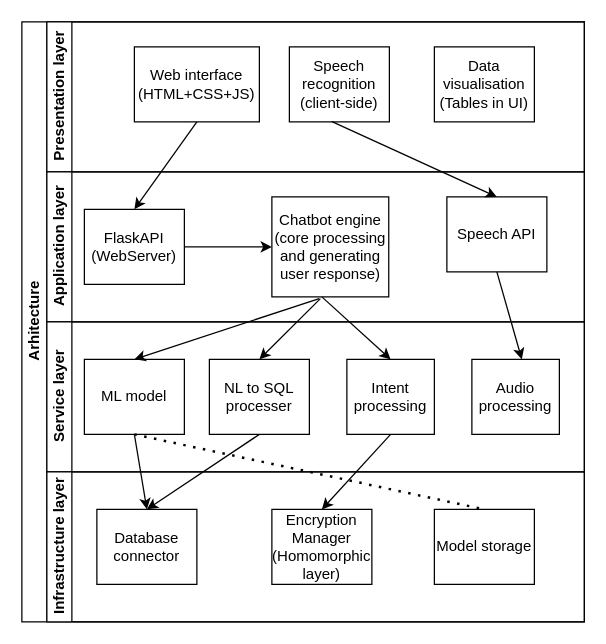
Earlier version of the draw.io diagram architecture.drawio (Ioan1234/SecureChatbot). Source tidied: cells renumbered, new cells numbered last; positions are measured from the earlier drawing's top-left corner, leaving out a move shared by most shapes. Both pictures are drawn from the tidied source at 125%, with x=0, y=0 at pixel (21, 21).
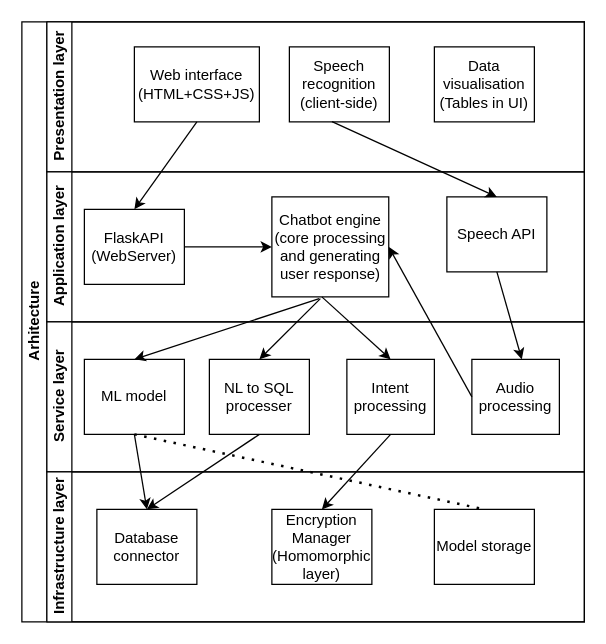
Above is the later version.

Unchanged cells that the change refers to:
```xml
<mxCell id="2" value="Arhitecture" style="swimlane;html=1;horizontal=0;startSize=20;" parent="1" vertex="1">
  <mxGeometry width="450" height="480" as="geometry" />
</mxCell>
<mxCell id="9" value="Chatbot engine (core processing and generating user response)" style="rounded=0;whiteSpace=wrap;html=1;fontFamily=Helvetica;fontSize=12;fontColor=#000000;align=center;" parent="7" vertex="1">
  <mxGeometry x="180" y="20" width="93.5" height="80" as="geometry" />
</mxCell>
<mxCell id="14" value="Audio processing" style="rounded=0;whiteSpace=wrap;html=1;fontFamily=Helvetica;fontSize=12;fontColor=#000000;align=center;" parent="12" vertex="1">
  <mxGeometry x="340" y="30" width="70" height="60" as="geometry" />
</mxCell>
```

What changed in the source:
```diff
@@
+    <mxCell id="31" style="endArrow=classic;html=1;rounded=0;entryX=1;entryY=0.5;entryDx=0;entryDy=0;exitX=0;exitY=0.5;exitDx=0;exitDy=0;" parent="2" edge="1" source="14" target="9">
+      <mxGeometry relative="1" as="geometry" />
+    </mxCell>
```
